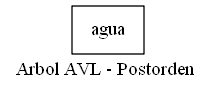
The Graphviz diagram EDD_Proyecto2/Reportes/ArbolPostorden.png in hr9457/EDD_1S2020_PY2_201314296, before a commit. Its source is kept beside it as EDD_Proyecto2/ArchivosDot/ArbolPostorden.dot.
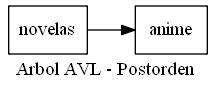
After the change.

Diff of the diagram source:
```diff
@@ -1,7 +1,8 @@
 digraph arbolpostorden {
 node [shape = record];
 rankdir=LR;
-nodo0[label="agua"];
-nodo0;
+nodo0[label="novelas"];
+nodo1[label="anime"];
+nodo0->nodo1;
 label = "Arbol AVL - Postorden "
 }
```
